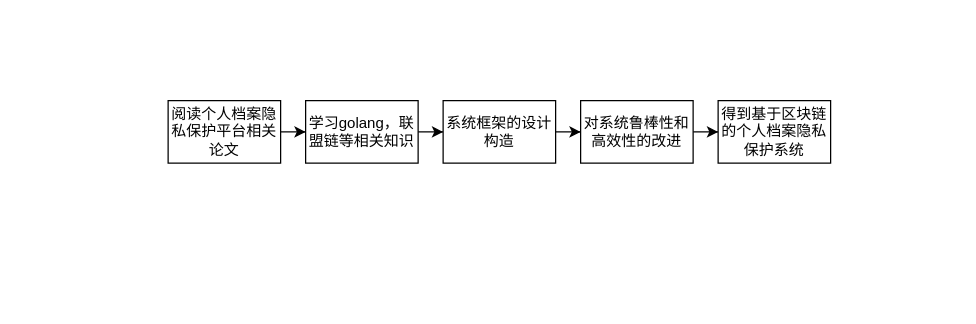
Above: 系统设计技术路线图.drawio in ScauMadLife/BlockChain (draw.io), before the change. Source tidied: cells renumbered, new cells numbered last; positions are measured from the earlier drawing's top-left corner, leaving out a move shared by most shapes. Both pictures are drawn from the tidied source at 125%, with x=0, y=0 at pixel (168, 100). Pictures stored in the file or linked from it are replaced by grey dashed boxes.
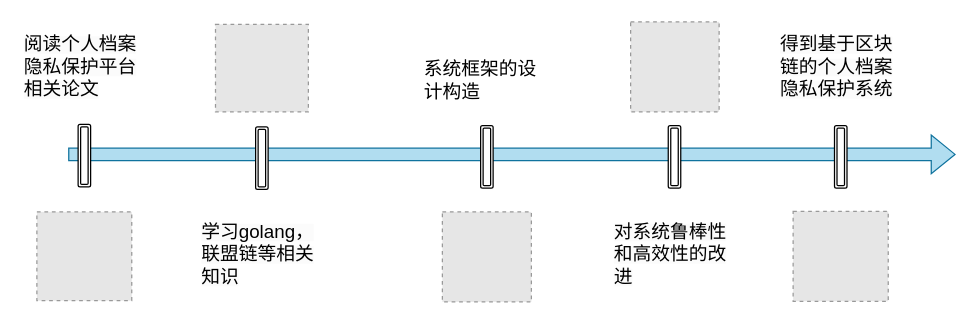
The same page after the edit.

Commit message:
更新系统设计技术路线图.drawio

What changed in the source:
```diff
@@
 <mxGraphModel>
   <root>
     <mxCell id="0" />
     <mxCell id="1" parent="0" />
-    <mxCell id="2" style="edgeStyle=orthogonalEdgeStyle;rounded=0;jettySize=auto;html=1;" parent="1" edge="1" source="3" target="5">
-      <mxGeometry relative="1" as="geometry" />
-    </mxCell>
+    <mxCell id="11" style="shape=flexArrow;endArrow=classic;html=1;rounded=0;fillColor=#b1ddf0;strokeColor=#10739e;" parent="1" edge="1">
+      <mxGeometry relative="1" as="geometry">
+        <mxPoint x="-80" y="43" as="sourcePoint" />
+        <mxPoint x="630" y="43" as="targetPoint" />
+      </mxGeometry>
+    </mxCell>
+    <mxCell id="12" style="shape=ext;double=1;rounded=1;whiteSpace=wrap;html=1;" parent="1" vertex="1">
+      <mxGeometry x="-72" y="19" width="10" height="50" as="geometry" />
+    </mxCell>
+    <mxCell id="13" style="shape=ext;double=1;rounded=1;whiteSpace=wrap;html=1;" parent="1" vertex="1">
+      <mxGeometry x="400.1" y="20" width="10" height="50" as="geometry" />
+    </mxCell>
+    <mxCell id="14" style="shape=ext;double=1;rounded=1;whiteSpace=wrap;html=1;" parent="1" vertex="1">
+      <mxGeometry x="533.1" y="20" width="10" height="50" as="geometry" />
+    </mxCell>
+    <mxCell id="15" style="shape=ext;double=1;rounded=1;whiteSpace=wrap;html=1;" parent="1" vertex="1">
+      <mxGeometry x="70" y="21" width="10" height="50" as="geometry" />
+    </mxCell>
+    <mxCell id="16" style="shape=ext;double=1;rounded=1;whiteSpace=wrap;html=1;" parent="1" vertex="1">
+      <mxGeometry x="250" y="20" width="10" height="50" as="geometry" />
+    </mxCell>
-    <mxCell id="3" value="阅读个人档案隐私保护平台相关论文" style="rounded=0;whiteSpace=wrap;html=1;" parent="1" vertex="1">
-      <mxGeometry width="90" height="50" as="geometry" />
+    <mxCell id="3" value="&lt;span style=&quot;color: rgb(0, 0, 0); font-family: Helvetica; font-style: normal; font-variant-ligatures: normal; font-variant-caps: normal; font-weight: 400; letter-spacing: normal; orphans: 2; text-align: center; text-indent: 0px; text-transform: none; widows: 2; word-spacing: 0px; -webkit-text-stroke-width: 0px; background-color: rgb(251, 251, 251); text-decoration-thickness: initial; text-decoration-style: initial; text-decoration-color: initial; float: none; display: inline !important;&quot;&gt;&lt;font style=&quot;font-size: 15px;&quot;&gt;阅读个人档案隐私保护平台相关论文&lt;/font&gt;&lt;/span&gt;" style="text;whiteSpace=wrap;html=1;" parent="1" vertex="1">
+      <mxGeometry x="-117" y="-61" width="100" height="40" as="geometry" />
     </mxCell>
-    <mxCell id="4" style="edgeStyle=orthogonalEdgeStyle;rounded=0;jettySize=auto;html=1;" parent="1" edge="1" source="5" target="7">
-      <mxGeometry relative="1" as="geometry" />
-    </mxCell>
-    <mxCell id="5" value="学习golang，联盟链等相关知识" style="rounded=0;whiteSpace=wrap;html=1;" parent="1" vertex="1">
-      <mxGeometry x="110" width="90" height="50" as="geometry" />
+    <mxCell id="5" value="&lt;span style=&quot;color: rgb(0, 0, 0); font-family: Helvetica; font-style: normal; font-variant-ligatures: normal; font-variant-caps: normal; font-weight: 400; letter-spacing: normal; orphans: 2; text-align: center; text-indent: 0px; text-transform: none; widows: 2; word-spacing: 0px; -webkit-text-stroke-width: 0px; background-color: rgb(251, 251, 251); text-decoration-thickness: initial; text-decoration-style: initial; text-decoration-color: initial; float: none; display: inline !important;&quot;&gt;&lt;font style=&quot;font-size: 15px;&quot;&gt;学习golang，联盟链等相关知识&lt;/font&gt;&lt;/span&gt;" style="text;whiteSpace=wrap;html=1;" parent="1" vertex="1">
+      <mxGeometry x="25" y="89" width="100" height="40" as="geometry" />
     </mxCell>
-    <mxCell id="6" style="edgeStyle=orthogonalEdgeStyle;rounded=0;jettySize=auto;html=1;" parent="1" edge="1" source="7" target="9">
-      <mxGeometry relative="1" as="geometry" />
-    </mxCell>
-    <mxCell id="7" value="系统框架的设计构造" style="rounded=0;whiteSpace=wrap;html=1;" parent="1" vertex="1">
-      <mxGeometry x="220" width="90" height="50" as="geometry" />
+    <mxCell id="7" value="&lt;font style=&quot;font-size: 15px;&quot;&gt;系统框架的设计构造&lt;/font&gt;" style="text;whiteSpace=wrap;html=1;" parent="1" vertex="1">
+      <mxGeometry x="202.5" y="-41" width="105" height="40" as="geometry" />
     </mxCell>
-    <mxCell id="8" style="edgeStyle=orthogonalEdgeStyle;rounded=0;jettySize=auto;html=1;" parent="1" edge="1" source="9" target="10">
-      <mxGeometry relative="1" as="geometry" />
-    </mxCell>
-    <mxCell id="9" value="对系统鲁棒性和高效性的改进" style="rounded=0;whiteSpace=wrap;html=1;" parent="1" vertex="1">
-      <mxGeometry x="330" width="90" height="50" as="geometry" />
+    <mxCell id="9" value="&lt;span style=&quot;color: rgb(0, 0, 0); font-family: Helvetica; font-style: normal; font-variant-ligatures: normal; font-variant-caps: normal; font-weight: 400; letter-spacing: normal; orphans: 2; text-align: center; text-indent: 0px; text-transform: none; widows: 2; word-spacing: 0px; -webkit-text-stroke-width: 0px; background-color: rgb(251, 251, 251); text-decoration-thickness: initial; text-decoration-style: initial; text-decoration-color: initial; float: none; display: inline !important;&quot;&gt;&lt;font style=&quot;font-size: 15px;&quot;&gt;对系统鲁棒性和高效性的改进&lt;/font&gt;&lt;/span&gt;" style="text;whiteSpace=wrap;html=1;" parent="1" vertex="1">
+      <mxGeometry x="355.1" y="89" width="100" height="40" as="geometry" />
     </mxCell>
-    <mxCell id="10" value="得到基于区块链的个人档案隐私保护系统" style="rounded=0;whiteSpace=wrap;html=1;" parent="1" vertex="1">
-      <mxGeometry x="440" width="90" height="50" as="geometry" />
+    <mxCell id="10" value="&lt;span style=&quot;color: rgb(0, 0, 0); font-family: Helvetica; font-style: normal; font-variant-ligatures: normal; font-variant-caps: normal; font-weight: 400; letter-spacing: normal; orphans: 2; text-align: center; text-indent: 0px; text-transform: none; widows: 2; word-spacing: 0px; -webkit-text-stroke-width: 0px; background-color: rgb(251, 251, 251); text-decoration-thickness: initial; text-decoration-style: initial; text-decoration-color: initial; float: none; display: inline !important;&quot;&gt;&lt;font style=&quot;font-size: 15px;&quot;&gt;得到基于区块链的个人档案隐私保护系统&lt;/font&gt;&lt;/span&gt;" style="text;whiteSpace=wrap;html=1;" parent="1" vertex="1">
+      <mxGeometry x="488.1" y="-61" width="100" height="40" as="geometry" />
     </mxCell>
+    <mxCell id="17" style="edgeStyle=orthogonalEdgeStyle;rounded=0;orthogonalLoop=1;jettySize=auto;html=1;exitX=0.5;exitY=1;exitDx=0;exitDy=0;" parent="1" edge="1" source="5" target="5">
+      <mxGeometry relative="1" as="geometry" />
+    </mxCell>
+    <mxCell id="18" style="fillColor=#E6E6E6;strokeColor=#999999;dashed=1;verticalLabelPosition=bottom;labelBackgroundColor=default;verticalAlign=top;" parent="1" vertex="1">
+      <mxGeometry x="-105" y="89" width="75.9" height="71" as="geometry" />
+    </mxCell>
+    <mxCell id="19" style="fillColor=#E6E6E6;strokeColor=#999999;dashed=1;verticalLabelPosition=bottom;labelBackgroundColor=default;verticalAlign=top;" parent="1" vertex="1">
+      <mxGeometry x="37.9" y="-61" width="74.3" height="70" as="geometry" />
+    </mxCell>
+    <mxCell id="20" style="fillColor=#E6E6E6;strokeColor=#999999;dashed=1;verticalLabelPosition=bottom;labelBackgroundColor=default;verticalAlign=top;" parent="1" vertex="1">
+      <mxGeometry x="219.4" y="89" width="71.2" height="72" as="geometry" />
+    </mxCell>
+    <mxCell id="21" style="fillColor=#E6E6E6;strokeColor=#999999;dashed=1;verticalLabelPosition=bottom;labelBackgroundColor=default;verticalAlign=top;" parent="1" vertex="1">
+      <mxGeometry x="370" y="-63" width="70.8" height="72" as="geometry" />
+    </mxCell>
+    <mxCell id="22" style="fillColor=#E6E6E6;strokeColor=#999999;dashed=1;verticalLabelPosition=bottom;labelBackgroundColor=default;verticalAlign=top;" parent="1" vertex="1">
+      <mxGeometry x="500" y="88.5" width="76.1" height="72" as="geometry" />
+    </mxCell>
   </root>
 </mxGraphModel>
```
